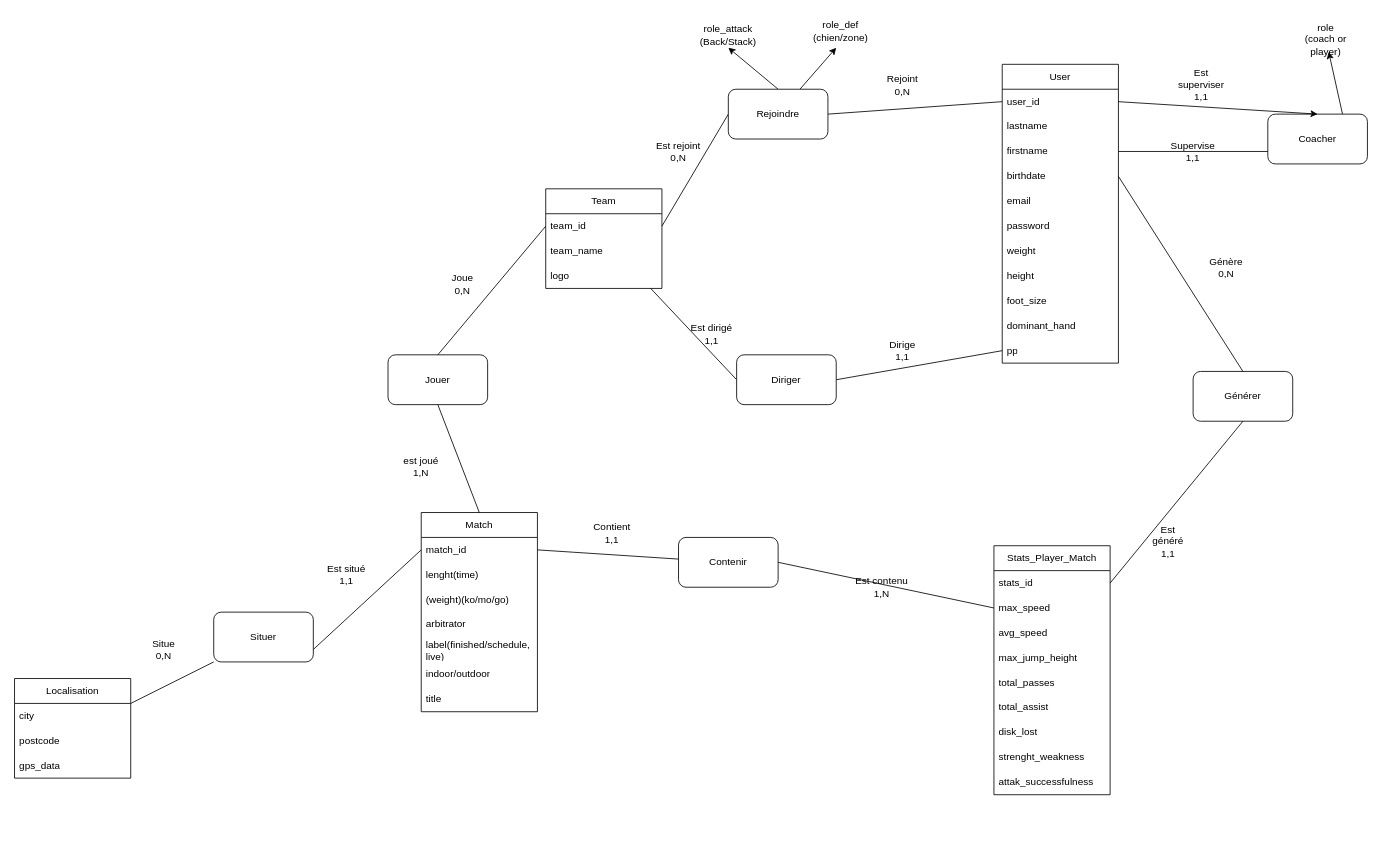
This is DB/schema_conceptuel.dio from Saint-Patic/Projet-d-integration-2025-2026, a draw.io file, before an edit. Source tidied: cells renumbered, new cells numbered last; positions are measured from the earlier drawing's top-left corner, leaving out a move shared by most shapes. Both pictures are drawn from the tidied source at 83%, with x=0, y=0 at pixel (14, 14).
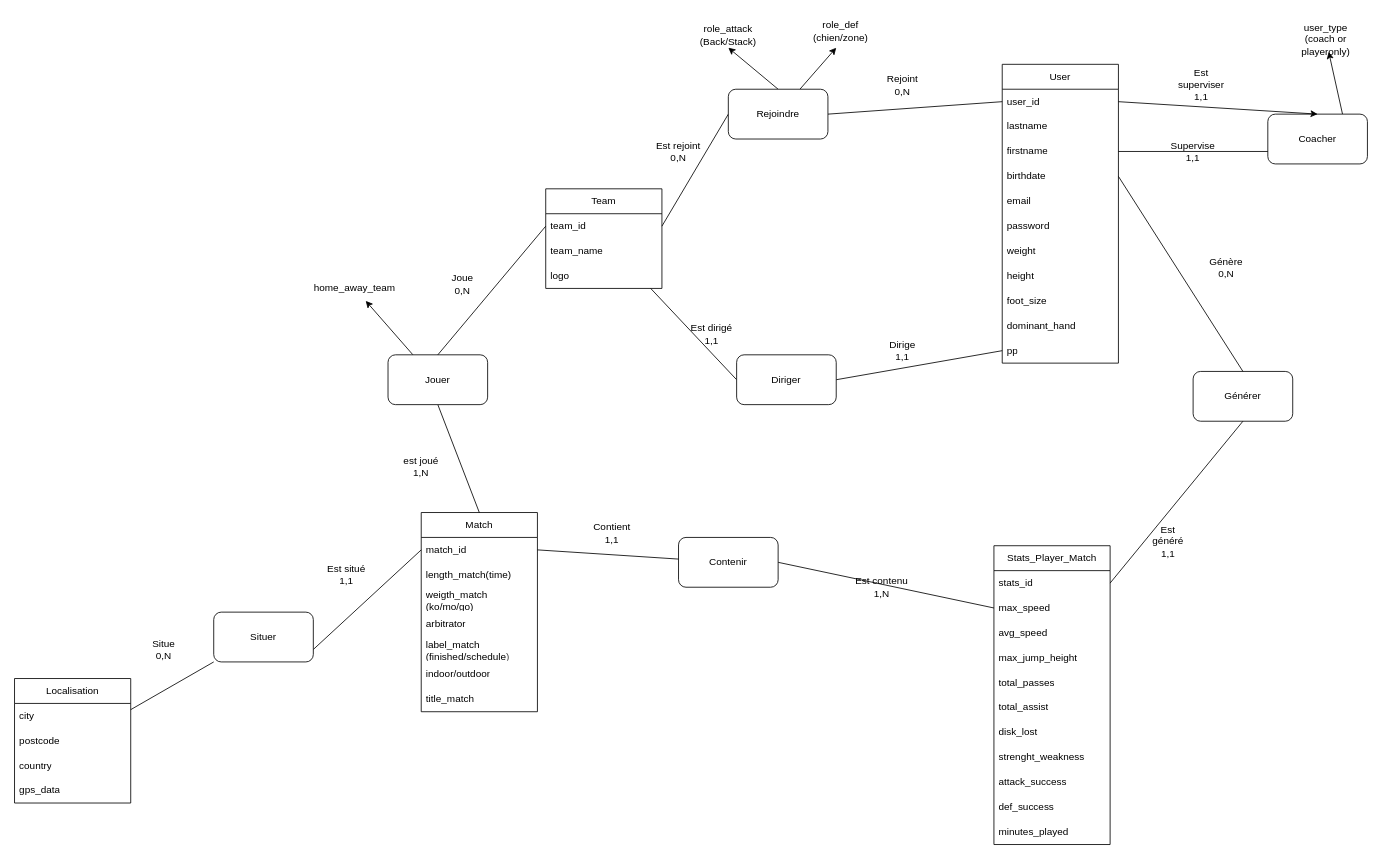
The same diagram, later.

The change refers to these unchanged cells:
```xml
<mxCell id="24" value="Match" style="swimlane;fontStyle=0;horizontal=1;startSize=30;whiteSpace=wrap;html=1;" parent="1" vertex="1">
  <mxGeometry x="490" y="600" width="140" height="240" as="geometry" />
</mxCell>
<mxCell id="54" value="Jouer" style="rounded=1;whiteSpace=wrap;html=1;" parent="1" vertex="1">
  <mxGeometry x="450" y="410" width="120" height="60" as="geometry" />
</mxCell>
```

The edit, as a diff of the source:
```diff
@@
     <mxCell id="2" value="Stats_Player_Match" style="swimlane;fontStyle=0;horizontal=1;startSize=30;whiteSpace=wrap;html=1;" parent="1" vertex="1">
-      <mxGeometry x="1180" y="640" width="140" height="300" as="geometry" />
+      <mxGeometry x="1180" y="640" width="140" height="360" as="geometry" />
     </mxCell>
@@
-    <mxCell id="11" value="attak_successfulness" style="text;strokeColor=none;fillColor=none;align=left;verticalAlign=middle;spacingLeft=4;spacingRight=4;overflow=hidden;whiteSpace=wrap;html=1;" parent="2" vertex="1">
+    <mxCell id="11" value="attack_success" style="text;strokeColor=none;fillColor=none;align=left;verticalAlign=middle;spacingLeft=4;spacingRight=4;overflow=hidden;whiteSpace=wrap;html=1;" parent="2" vertex="1">
       <mxGeometry y="270" width="140" height="30" as="geometry" />
     </mxCell>
+    <mxCell id="81" value="def_success" style="text;strokeColor=none;fillColor=none;align=left;verticalAlign=middle;spacingLeft=4;spacingRight=4;overflow=hidden;whiteSpace=wrap;html=1;" parent="2" vertex="1">
+      <mxGeometry y="300" width="140" height="30" as="geometry" />
+    </mxCell>
+    <mxCell id="82" value="minutes_played" style="text;strokeColor=none;fillColor=none;align=left;verticalAlign=middle;spacingLeft=4;spacingRight=4;overflow=hidden;whiteSpace=wrap;html=1;" parent="2" vertex="1">
+      <mxGeometry y="330" width="140" height="30" as="geometry" />
+    </mxCell>
@@
-    <mxCell id="26" value="lenght(time)" style="text;strokeColor=none;fillColor=none;align=left;verticalAlign=middle;spacingLeft=4;spacingRight=4;overflow=hidden;whiteSpace=wrap;html=1;" parent="24" vertex="1">
+    <mxCell id="26" value="length_match(time)" style="text;strokeColor=none;fillColor=none;align=left;verticalAlign=middle;spacingLeft=4;spacingRight=4;overflow=hidden;whiteSpace=wrap;html=1;" parent="24" vertex="1">
       <mxGeometry y="60" width="140" height="30" as="geometry" />
     </mxCell>
-    <mxCell id="27" value="(weight)(ko/mo/go)" style="text;strokeColor=none;fillColor=none;align=left;verticalAlign=middle;spacingLeft=4;spacingRight=4;overflow=hidden;whiteSpace=wrap;html=1;" parent="24" vertex="1">
+    <mxCell id="27" value="weigth_match (ko/mo/go)" style="text;strokeColor=none;fillColor=none;align=left;verticalAlign=middle;spacingLeft=4;spacingRight=4;overflow=hidden;whiteSpace=wrap;html=1;" parent="24" vertex="1">
       <mxGeometry y="90" width="140" height="30" as="geometry" />
     </mxCell>
@@
-    <mxCell id="29" value="label(finished/schedule,&lt;div&gt;live)&lt;/div&gt;" style="text;strokeColor=none;fillColor=none;align=left;verticalAlign=middle;spacingLeft=4;spacingRight=4;overflow=hidden;whiteSpace=wrap;html=1;" parent="24" vertex="1">
+    <mxCell id="29" value="label_match (finished/schedule&lt;span style=&quot;color: rgb(63, 63, 63); background-color: transparent;&quot;&gt;)&lt;/span&gt;" style="text;strokeColor=none;fillColor=none;align=left;verticalAlign=middle;spacingLeft=4;spacingRight=4;overflow=hidden;whiteSpace=wrap;html=1;" parent="24" vertex="1">
       <mxGeometry y="150" width="140" height="30" as="geometry" />
     </mxCell>
@@
-    <mxCell id="31" value="title" style="text;strokeColor=none;fillColor=none;align=left;verticalAlign=middle;spacingLeft=4;spacingRight=4;overflow=hidden;whiteSpace=wrap;html=1;" parent="24" vertex="1">
+    <mxCell id="31" value="title_match" style="text;strokeColor=none;fillColor=none;align=left;verticalAlign=middle;spacingLeft=4;spacingRight=4;overflow=hidden;whiteSpace=wrap;html=1;" parent="24" vertex="1">
       <mxGeometry y="210" width="140" height="30" as="geometry" />
     </mxCell>
@@
+    <mxCell id="83" style="edgeStyle=none;html=1;exitX=0.25;exitY=0;exitDx=0;exitDy=0;" parent="1" edge="1" source="54" target="85">
+      <mxGeometry relative="1" as="geometry" />
+    </mxCell>
@@
     <mxCell id="68" value="Localisation" style="swimlane;fontStyle=0;horizontal=1;startSize=30;whiteSpace=wrap;html=1;" parent="1" vertex="1">
-      <mxGeometry y="800" width="140" height="120" as="geometry" />
+      <mxGeometry y="800" width="140" height="150" as="geometry" />
     </mxCell>
@@
+    <mxCell id="84" value="country" style="text;strokeColor=none;fillColor=none;align=left;verticalAlign=middle;spacingLeft=4;spacingRight=4;overflow=hidden;whiteSpace=wrap;html=1;" parent="68" vertex="1">
+      <mxGeometry y="90" width="140" height="30" as="geometry" />
+    </mxCell>
     <mxCell id="71" value="gps_data" style="text;strokeColor=none;fillColor=none;align=left;verticalAlign=middle;spacingLeft=4;spacingRight=4;overflow=hidden;whiteSpace=wrap;html=1;" parent="68" vertex="1">
-      <mxGeometry y="90" width="140" height="30" as="geometry" />
+      <mxGeometry y="120" width="140" height="30" as="geometry" />
     </mxCell>
@@
-    <mxCell id="76" value="&lt;span style=&quot;color: rgb(0, 0, 0); text-align: left;&quot;&gt;role (coach or player)&lt;/span&gt;" style="text;html=1;align=center;verticalAlign=middle;whiteSpace=wrap;rounded=0;" parent="1" vertex="1">
+    <mxCell id="76" value="&lt;span style=&quot;color: rgb(0, 0, 0); text-align: left;&quot;&gt;user_type (coach or playeronly)&lt;/span&gt;" style="text;html=1;align=center;verticalAlign=middle;whiteSpace=wrap;rounded=0;" parent="1" vertex="1">
       <mxGeometry x="1550" y="15" width="60" height="30" as="geometry" />
     </mxCell>
@@
+    <mxCell id="85" value="home_away_team" style="text;html=1;align=center;verticalAlign=middle;whiteSpace=wrap;rounded=0;" parent="1" vertex="1">
+      <mxGeometry x="380" y="315" width="60" height="30" as="geometry" />
+    </mxCell>
```
